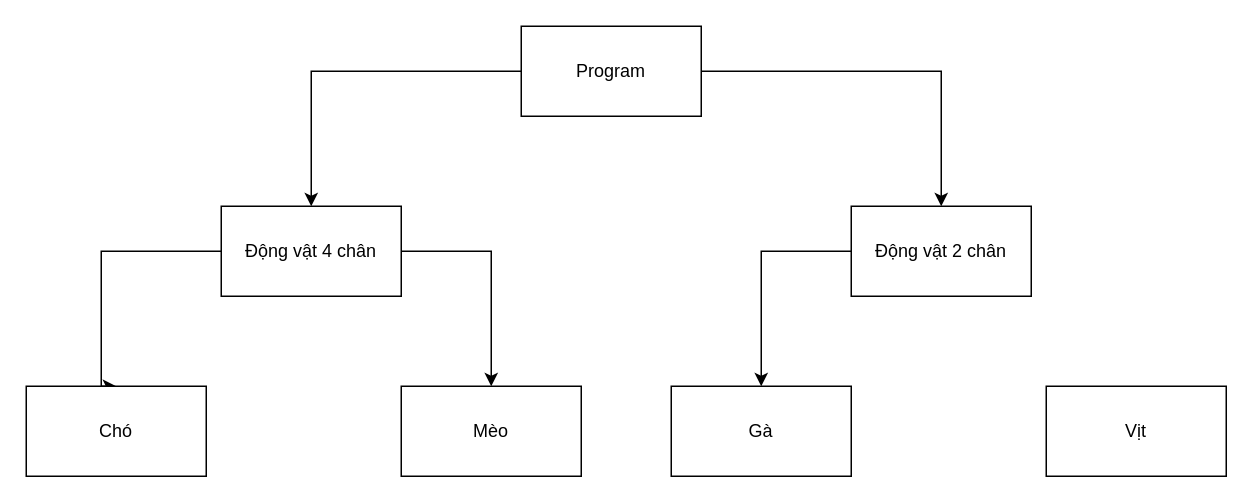
This is Untitled Diagram.drawio from haihak/haihak, a draw.io file, before an edit. Source tidied: cells renumbered, new cells numbered last; positions are measured from the earlier drawing's top-left corner, leaving out a move shared by most shapes. Both pictures are drawn from the tidied source at 150%, with x=0, y=0 at pixel (26, 26).
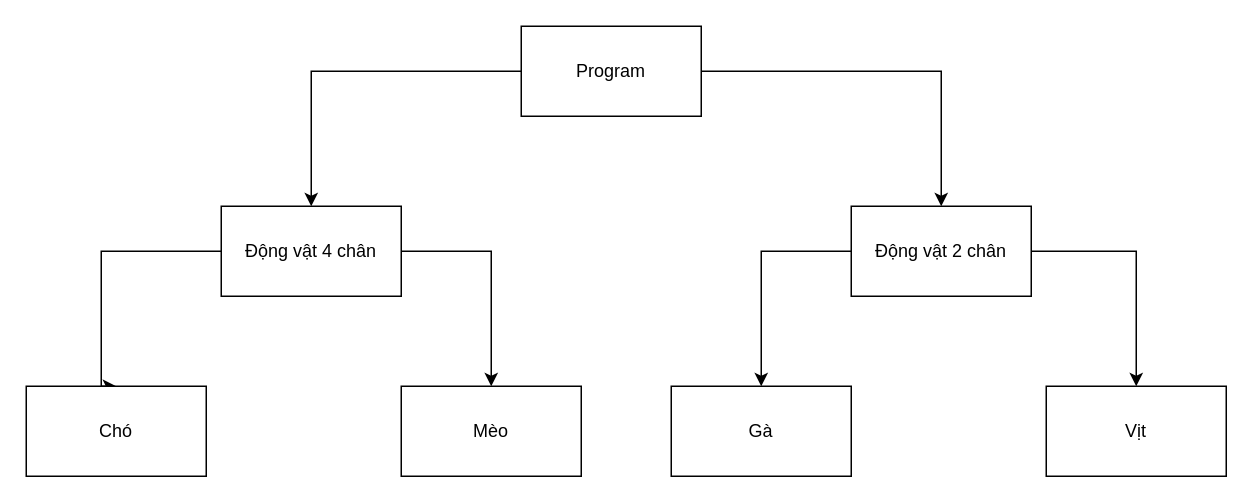
Above is the later version.

Change to the diagram source:
```diff
@@
 <mxGraphModel>
   <root>
     <mxCell id="0" />
     <mxCell id="1" parent="0" />
     <mxCell id="2" style="edgeStyle=orthogonalEdgeStyle;rounded=0;jettySize=auto;html=1;entryX=0.5;entryY=0;entryDx=0;entryDy=0;" parent="1" edge="1" source="4" target="7">
       <mxGeometry relative="1" as="geometry" />
     </mxCell>
     <mxCell id="3" style="edgeStyle=orthogonalEdgeStyle;rounded=0;jettySize=auto;html=1;" parent="1" edge="1" source="4" target="9">
       <mxGeometry relative="1" as="geometry" />
     </mxCell>
     <mxCell id="4" value="Program" style="rounded=0;whiteSpace=wrap;html=1;" parent="1" vertex="1">
       <mxGeometry x="330" width="120" height="60" as="geometry" />
     </mxCell>
     <mxCell id="5" style="edgeStyle=orthogonalEdgeStyle;rounded=0;jettySize=auto;html=1;entryX=0.5;entryY=0;entryDx=0;entryDy=0;" parent="1" edge="1" source="7" target="10">
       <mxGeometry relative="1" as="geometry">
         <Array as="points">
           <mxPoint x="50" y="150" />
           <mxPoint x="50" y="240" />
         </Array>
       </mxGeometry>
     </mxCell>
     <mxCell id="6" style="edgeStyle=orthogonalEdgeStyle;rounded=0;jettySize=auto;html=1;entryX=0.5;entryY=0;entryDx=0;entryDy=0;" parent="1" edge="1" source="7" target="11">
       <mxGeometry relative="1" as="geometry">
         <Array as="points">
           <mxPoint x="310" y="150" />
         </Array>
       </mxGeometry>
     </mxCell>
     <mxCell id="7" value="Động vật 4 chân" style="rounded=0;whiteSpace=wrap;html=1;" parent="1" vertex="1">
       <mxGeometry x="130" y="120" width="120" height="60" as="geometry" />
     </mxCell>
     <mxCell id="8" style="edgeStyle=orthogonalEdgeStyle;rounded=0;jettySize=auto;html=1;entryX=0.5;entryY=0;entryDx=0;entryDy=0;" parent="1" edge="1" source="9" target="12">
       <mxGeometry relative="1" as="geometry">
         <Array as="points">
           <mxPoint x="490" y="150" />
         </Array>
       </mxGeometry>
     </mxCell>
+    <mxCell id="14" style="edgeStyle=orthogonalEdgeStyle;rounded=0;jettySize=auto;html=1;" parent="1" edge="1" source="9" target="13">
+      <mxGeometry relative="1" as="geometry" />
+    </mxCell>
     <mxCell id="9" value="Động vật 2 chân" style="rounded=0;whiteSpace=wrap;html=1;" parent="1" vertex="1">
       <mxGeometry x="550" y="120" width="120" height="60" as="geometry" />
     </mxCell>
     <mxCell id="10" value="Chó" style="rounded=0;whiteSpace=wrap;html=1;" parent="1" vertex="1">
       <mxGeometry y="240" width="120" height="60" as="geometry" />
     </mxCell>
     <mxCell id="11" value="Mèo" style="rounded=0;whiteSpace=wrap;html=1;" parent="1" vertex="1">
       <mxGeometry x="250" y="240" width="120" height="60" as="geometry" />
     </mxCell>
     <mxCell id="12" value="Gà" style="rounded=0;whiteSpace=wrap;html=1;" parent="1" vertex="1">
       <mxGeometry x="430" y="240" width="120" height="60" as="geometry" />
     </mxCell>
     <mxCell id="13" value="Vịt" style="rounded=0;whiteSpace=wrap;html=1;" parent="1" vertex="1">
       <mxGeometry x="680" y="240" width="120" height="60" as="geometry" />
     </mxCell>
   </root>
 </mxGraphModel>
```
